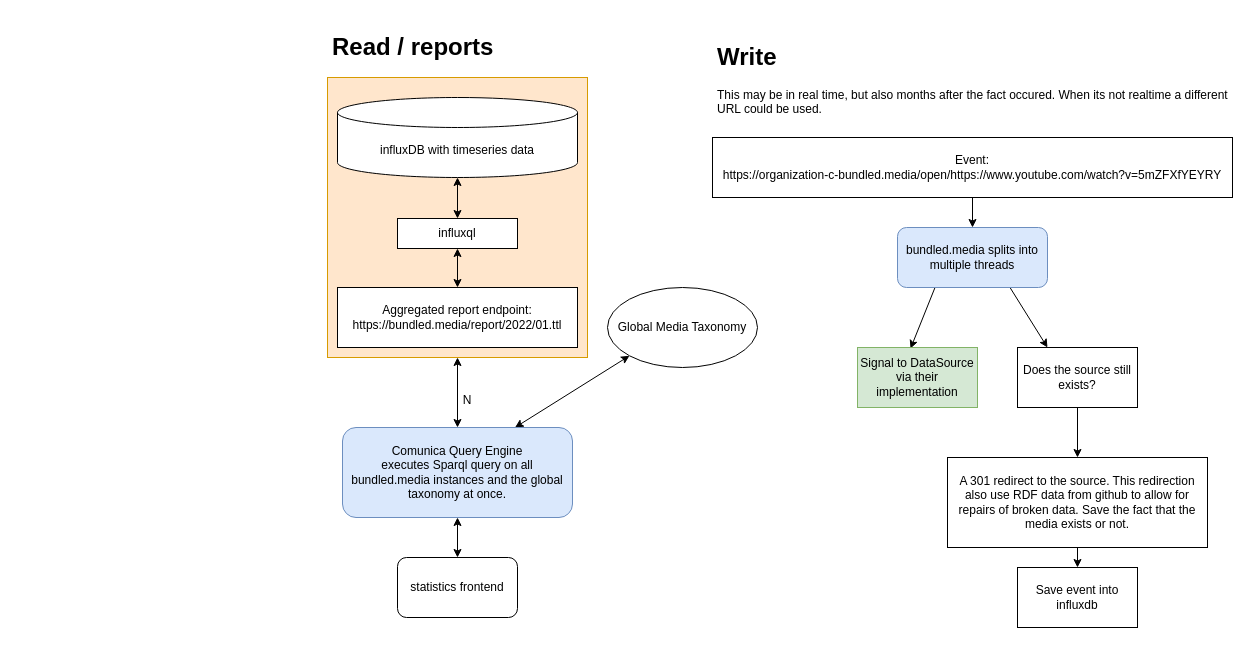
The draw.io diagram docs/statistics.drawio in danielbeeke/bundled.media, before the edit. Source tidied: cells renumbered, new cells numbered last; positions are measured from the earlier drawing's top-left corner, leaving out a move shared by most shapes. Both pictures are drawn from the tidied source at 100%, with x=0, y=0 at pixel (327, 27).
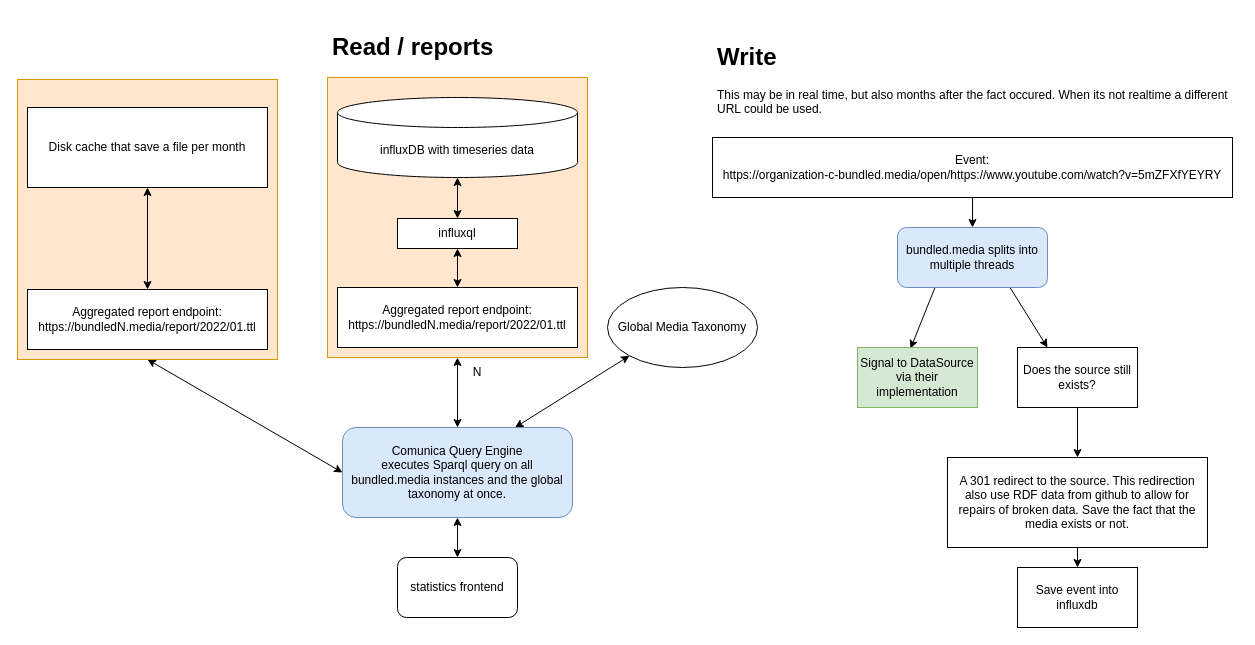
Above is the later version.

Unchanged cells that the change refers to:
```xml
<mxCell id="12" value="Comunica Query Engine&lt;br&gt;executes Sparql query on all bundled.media instances and the global taxonomy at once." style="rounded=1;whiteSpace=wrap;html=1;fillColor=#dae8fc;strokeColor=#6c8ebf;" parent="1" vertex="1">
  <mxGeometry x="15" y="400" width="230" height="90" as="geometry" />
</mxCell>
```

What changed in the source:
```diff
@@
-    <mxCell id="6" value="Aggregated report endpoint:&lt;br&gt;https://bundled.media/report/2022/01.ttl" style="rounded=0;whiteSpace=wrap;html=1;" parent="1" vertex="1">
+    <mxCell id="6" value="Aggregated report endpoint:&lt;br&gt;https://bundledN.media/report/2022/01.ttl" style="rounded=0;whiteSpace=wrap;html=1;" parent="1" vertex="1">
       <mxGeometry x="10" y="260" width="240" height="60" as="geometry" />
     </mxCell>
@@
+    <mxCell id="28" style="edgeStyle=none;html=1;exitX=0;exitY=0.5;exitDx=0;exitDy=0;entryX=0.5;entryY=1;entryDx=0;entryDy=0;startArrow=classic;startFill=1;" parent="1" edge="1" source="12" target="29">
+      <mxGeometry relative="1" as="geometry" />
+    </mxCell>
@@
     <mxCell id="14" value="N" style="text;html=1;strokeColor=none;fillColor=none;align=center;verticalAlign=middle;whiteSpace=wrap;rounded=0;" parent="1" vertex="1">
-      <mxGeometry x="110" y="358" width="60" height="30" as="geometry" />
+      <mxGeometry x="120" y="330" width="60" height="30" as="geometry" />
     </mxCell>
@@
+    <mxCell id="29" style="rounded=0;whiteSpace=wrap;html=1;fillColor=#ffe6cc;strokeColor=#d79b00;" parent="1" vertex="1">
+      <mxGeometry x="-310" y="52" width="260" height="280" as="geometry" />
+    </mxCell>
+    <mxCell id="30" value="Aggregated report endpoint:&lt;br&gt;https://bundledN.media/report/2022/01.ttl" style="rounded=0;whiteSpace=wrap;html=1;" parent="1" vertex="1">
+      <mxGeometry x="-300" y="262" width="240" height="60" as="geometry" />
+    </mxCell>
+    <mxCell id="31" style="edgeStyle=none;html=1;exitX=0.5;exitY=1;exitDx=0;exitDy=0;startArrow=classic;startFill=1;" parent="1" edge="1" source="32" target="30">
+      <mxGeometry relative="1" as="geometry" />
+    </mxCell>
+    <mxCell id="32" value="Disk cache that save a file per month" style="rounded=0;whiteSpace=wrap;html=1;" parent="1" vertex="1">
+      <mxGeometry x="-300" y="80" width="240" height="80" as="geometry" />
+    </mxCell>
```
